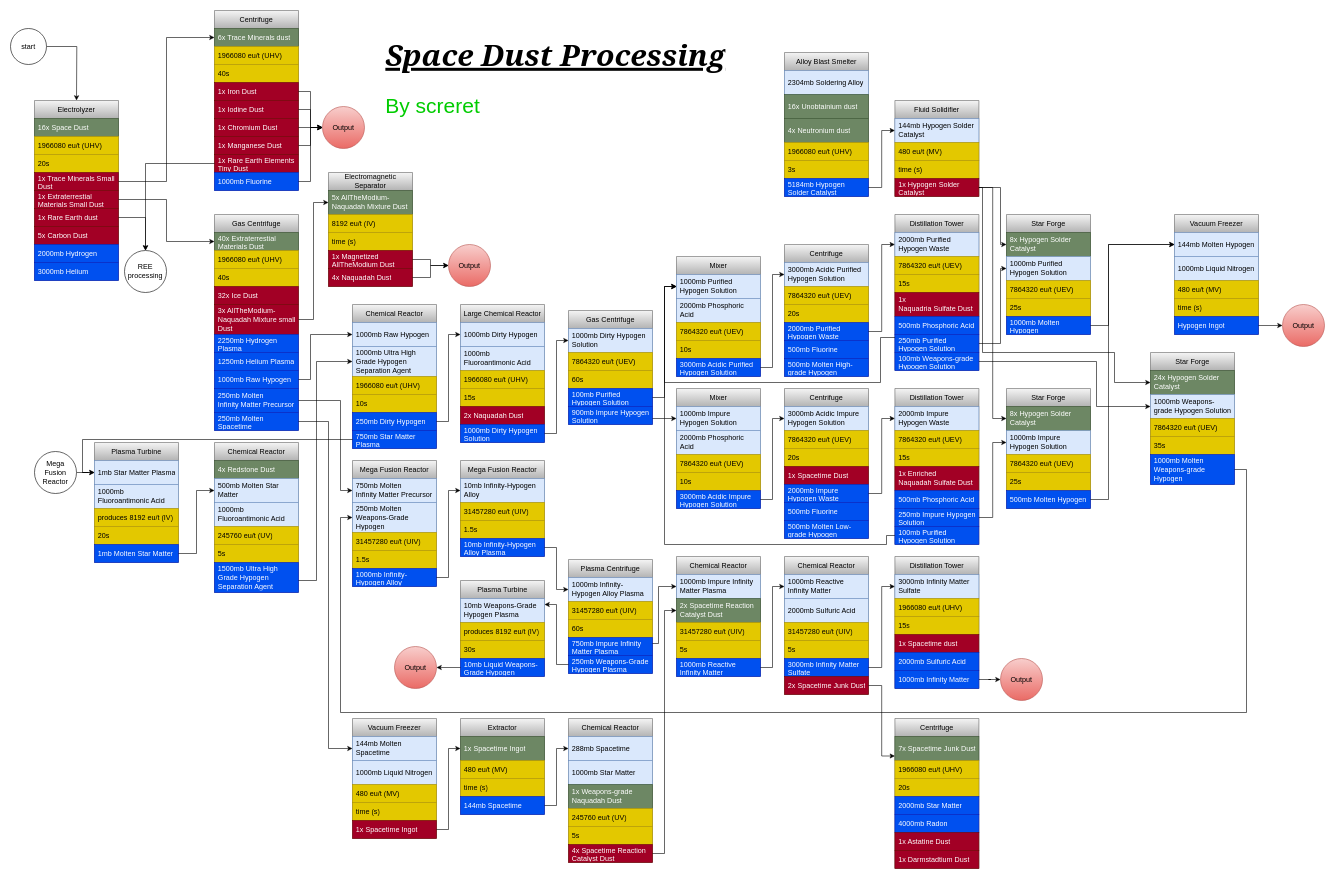
Above: space_dust.drawio in AllTheMods/Gravitas2 (draw.io), before the change. Source tidied: cells renumbered, new cells numbered last; positions are measured from the earlier drawing's top-left corner, leaving out a move shared by most shapes. Both pictures are drawn from the tidied source at 60%, with x=0, y=0 at pixel (10, 10).
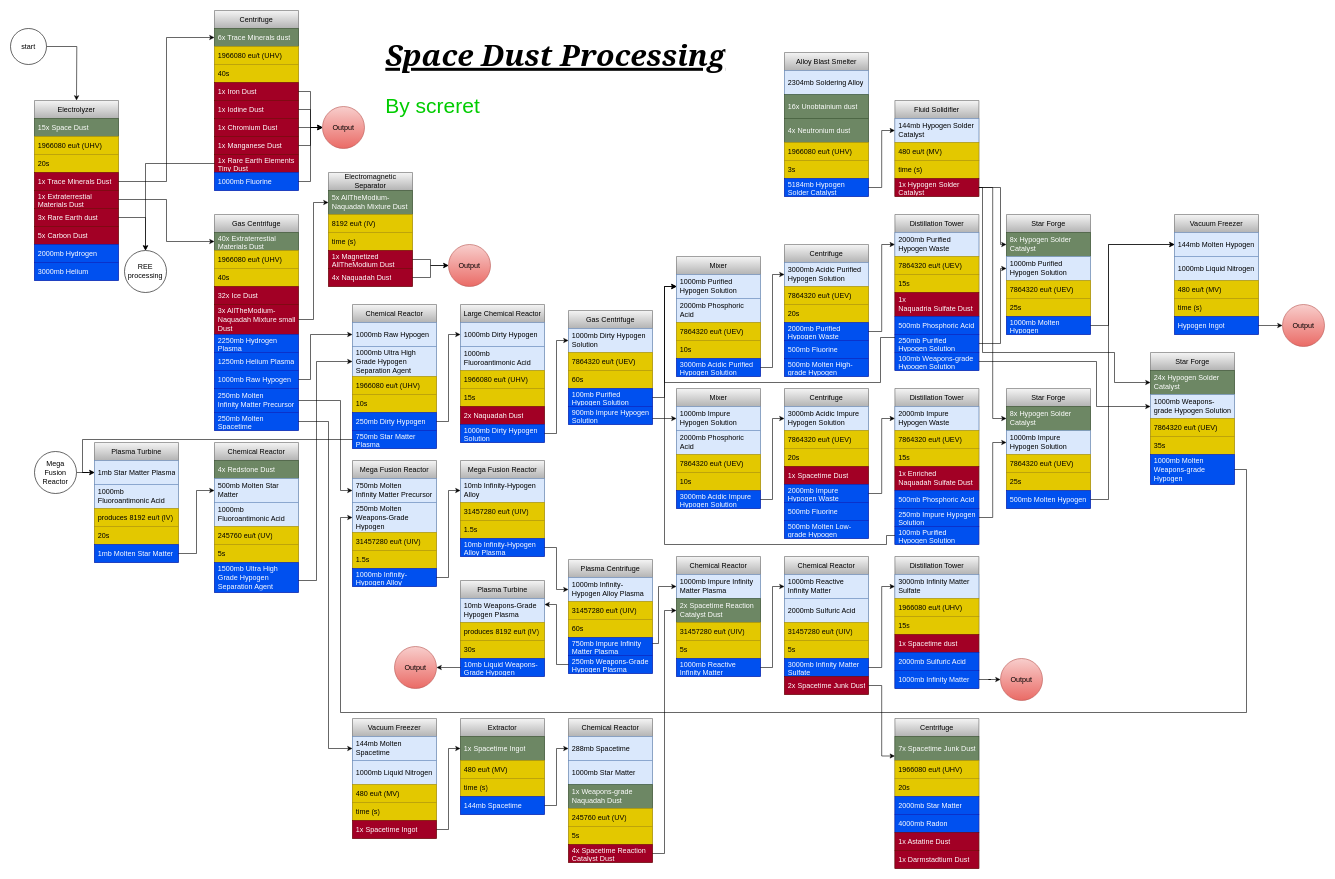
The same page after the edit.

Commit message:
buff space dust outputs

Unchanged cells that the change refers to:
```xml
<mxCell id="2" value="Electrolyzer" style="swimlane;fontStyle=0;horizontal=1;startSize=30;whiteSpace=wrap;html=1;fillColor=#f5f5f5;gradientColor=#b3b3b3;strokeColor=#666666;" parent="1" vertex="1">
  <mxGeometry x="40" y="150" width="140" height="300" as="geometry" />
</mxCell>
```

Change to the diagram source:
```diff
@@
-    <mxCell id="3" value="16x Space Dust" style="text;strokeColor=#3A5431;fillColor=#6d8764;align=left;verticalAlign=middle;spacingLeft=4;spacingRight=4;overflow=hidden;whiteSpace=wrap;html=1;fontColor=#ffffff;" parent="2" vertex="1">
+    <mxCell id="3" value="15x Space Dust" style="text;strokeColor=#3A5431;fillColor=#6d8764;align=left;verticalAlign=middle;spacingLeft=4;spacingRight=4;overflow=hidden;whiteSpace=wrap;html=1;fontColor=#ffffff;" parent="2" vertex="1">
       <mxGeometry y="30" width="140" height="30" as="geometry" />
     </mxCell>
@@
-    <mxCell id="6" value="1x Trace Minerals Small Dust" style="text;strokeColor=#6F0000;fillColor=#a20025;align=left;verticalAlign=middle;spacingLeft=4;spacingRight=4;overflow=hidden;points=[[0,0.5],[1,0.5]];portConstraint=eastwest;whiteSpace=wrap;html=1;fontColor=#ffffff;" parent="2" vertex="1">
+    <mxCell id="6" value="1x Trace Minerals Dust" style="text;strokeColor=#6F0000;fillColor=#a20025;align=left;verticalAlign=middle;spacingLeft=4;spacingRight=4;overflow=hidden;points=[[0,0.5],[1,0.5]];portConstraint=eastwest;whiteSpace=wrap;html=1;fontColor=#ffffff;" parent="2" vertex="1">
       <mxGeometry y="120" width="140" height="30" as="geometry" />
     </mxCell>
-    <mxCell id="7" value="1x Extraterrestial Materials Small Dust" style="text;strokeColor=#6F0000;fillColor=#a20025;align=left;verticalAlign=middle;spacingLeft=4;spacingRight=4;overflow=hidden;points=[[0,0.5],[1,0.5]];portConstraint=eastwest;whiteSpace=wrap;html=1;fontColor=#ffffff;" parent="2" vertex="1">
+    <mxCell id="7" value="1x Extraterrestial Materials Dust" style="text;strokeColor=#6F0000;fillColor=#a20025;align=left;verticalAlign=middle;spacingLeft=4;spacingRight=4;overflow=hidden;points=[[0,0.5],[1,0.5]];portConstraint=eastwest;whiteSpace=wrap;html=1;fontColor=#ffffff;" parent="2" vertex="1">
       <mxGeometry y="150" width="140" height="30" as="geometry" />
     </mxCell>
-    <mxCell id="8" value="1x Rare Earth dust" style="text;strokeColor=#6F0000;fillColor=#a20025;align=left;verticalAlign=middle;spacingLeft=4;spacingRight=4;overflow=hidden;points=[[0,0.5],[1,0.5]];portConstraint=eastwest;whiteSpace=wrap;html=1;fontColor=#ffffff;" parent="2" vertex="1">
+    <mxCell id="8" value="3x Rare Earth dust" style="text;strokeColor=#6F0000;fillColor=#a20025;align=left;verticalAlign=middle;spacingLeft=4;spacingRight=4;overflow=hidden;points=[[0,0.5],[1,0.5]];portConstraint=eastwest;whiteSpace=wrap;html=1;fontColor=#ffffff;" parent="2" vertex="1">
       <mxGeometry y="180" width="140" height="30" as="geometry" />
     </mxCell>
```
